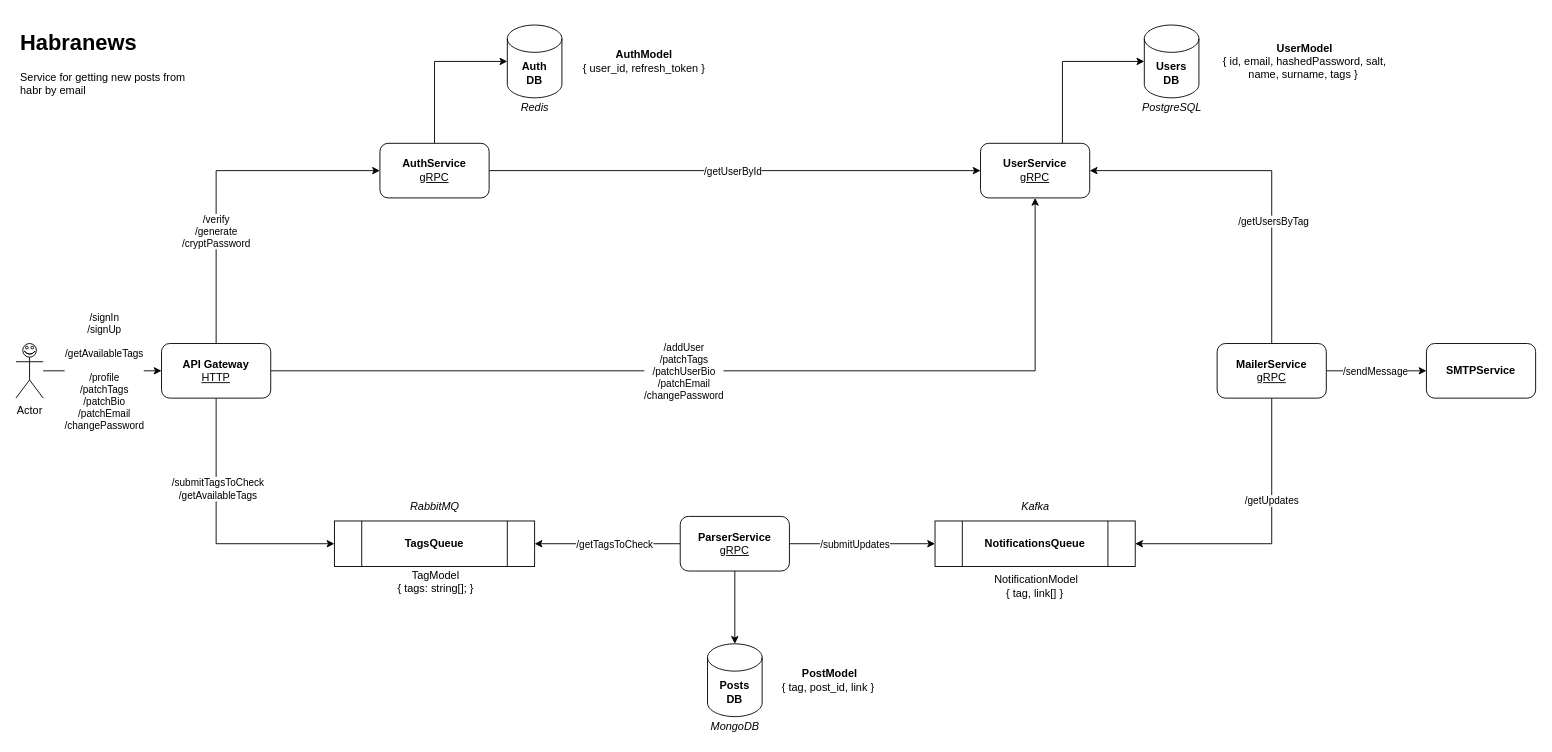
This is page "Architecture" (1 of 5) of news-alert-architecture.drawio from ythosa/habranews, a draw.io file, before an edit. Source tidied: cells renumbered, new cells numbered last; positions are measured from the earlier drawing's top-left corner, leaving out a move shared by most shapes. Both pictures are drawn from the tidied source at 91%, with x=0, y=0 at pixel (15, 25).
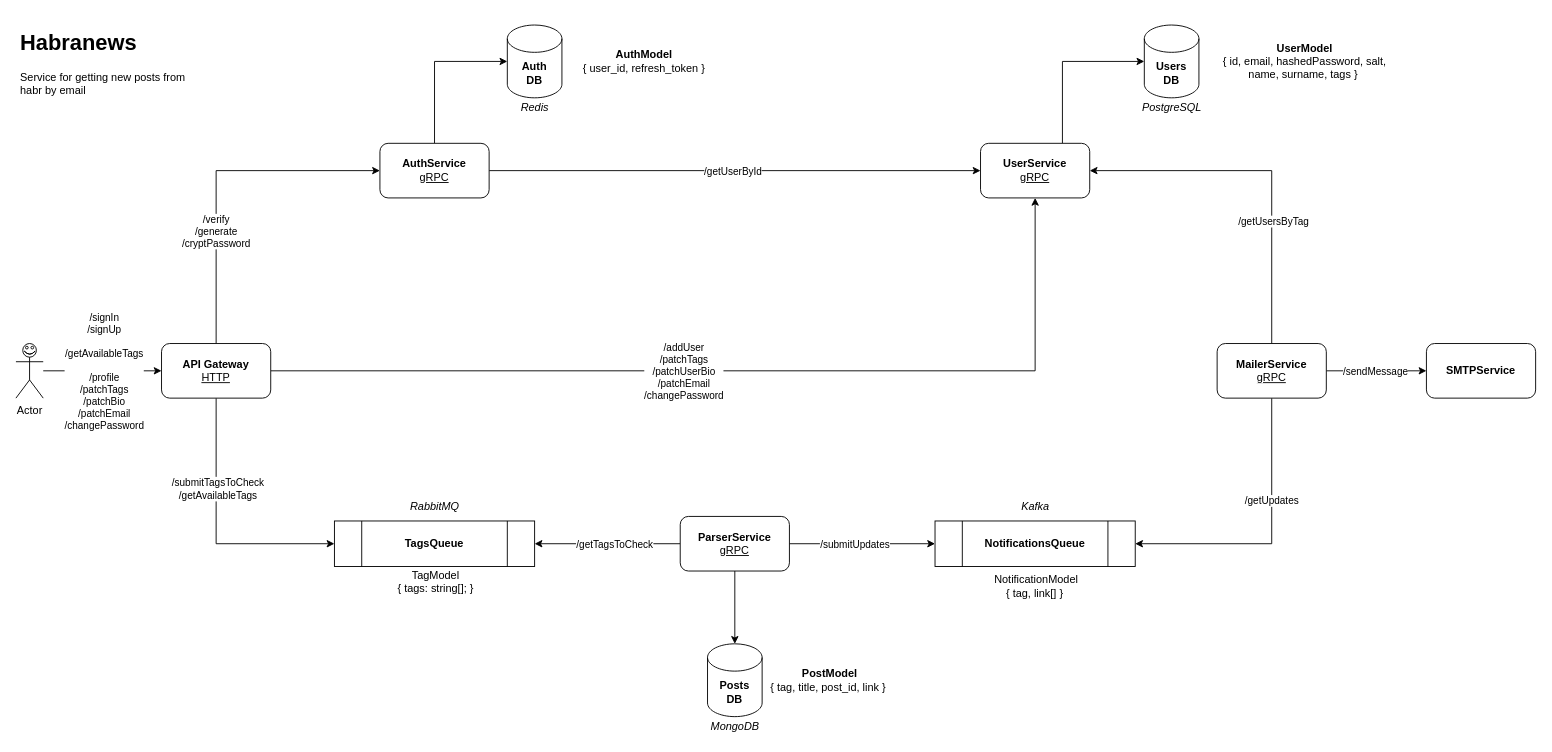
The same page after the edit.

What changed in the source:
```diff
@@
-    <mxCell id="40" value="&lt;b&gt;PostModel&lt;/b&gt;&lt;br&gt;{ tag, post_id, link }&amp;nbsp;" style="text;html=1;align=center;verticalAlign=middle;" parent="1" vertex="1">
-      <mxGeometry x="833" y="703.5" width="121" height="33" as="geometry" />
+    <mxCell id="40" value="&lt;b&gt;PostModel&lt;/b&gt;&lt;br&gt;{ tag, title, post_id, link }&amp;nbsp;" style="text;html=1;align=center;verticalAlign=middle;" parent="1" vertex="1">
+      <mxGeometry x="822" y="703.5" width="143" height="33" as="geometry" />
     </mxCell>
```
